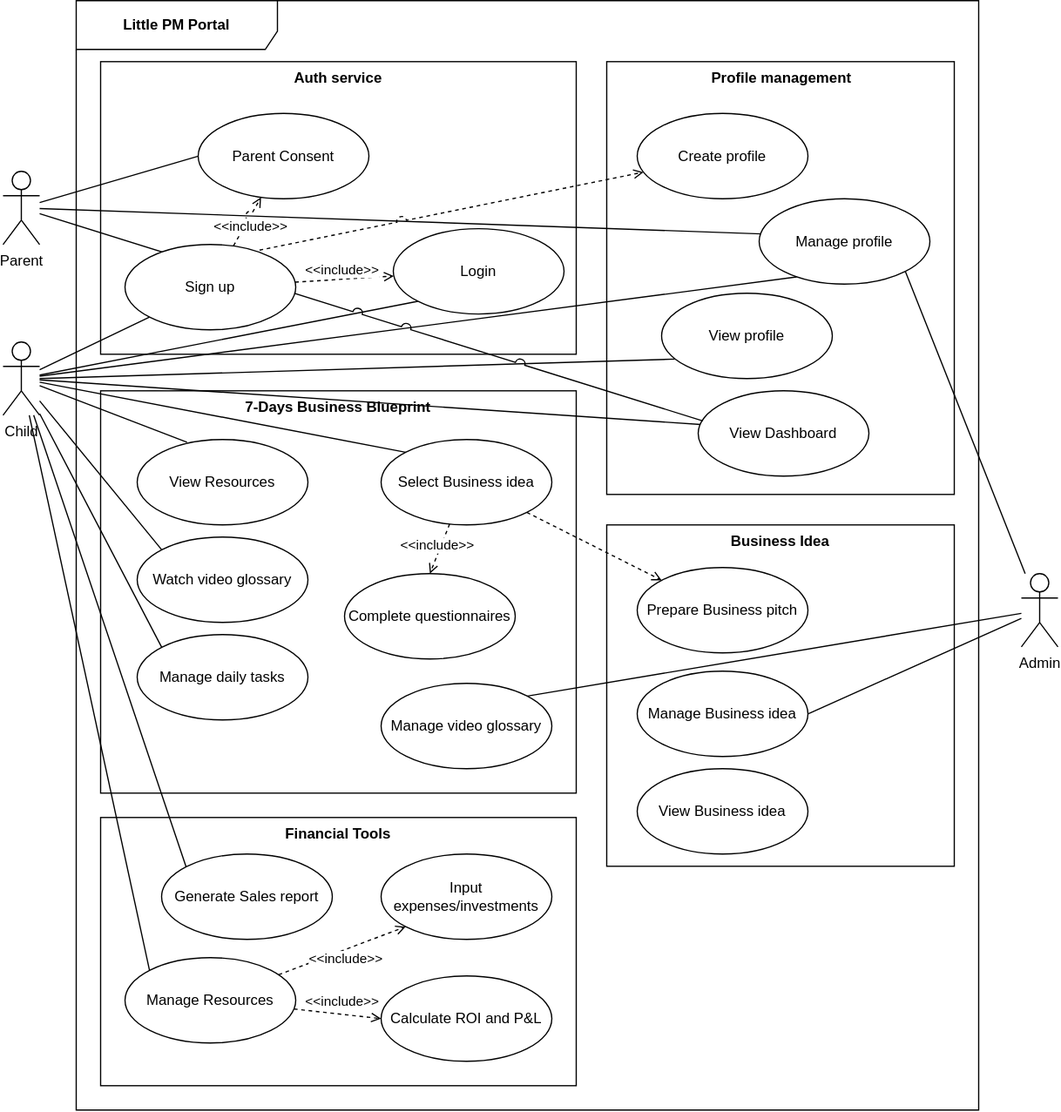
dmr4eg/la-infrastructure keeps this draw.io diagram as docs/analysis/use-cases/v2.dio.svg. Above is the earlier version. Source tidied: cells renumbered, new cells last; positions are measured from the earlier drawing's top-left corner, leaving out a move shared by most shapes. The source it was exported from:
```xml
<mxGraphModel background="#ffffff">
  <root>
    <mxCell id="0" />
    <mxCell id="1" parent="0" />
    <mxCell id="2" value="&lt;b&gt;Little PM Portal&lt;/b&gt;" style="shape=umlFrame;tabPosition=left;html=1;boundedLbl=1;labelInHeader=1;width=165;height=40;fillColor=#FFFFFF;" parent="1" vertex="1">
      <mxGeometry x="60" width="740" height="910" as="geometry" />
    </mxCell>
    <mxCell id="3" value="Financial Tools" style="shape=rect;html=1;verticalAlign=top;fontStyle=1;whiteSpace=wrap;align=center;" parent="1" vertex="1">
      <mxGeometry x="80" y="670" width="390" height="220" as="geometry" />
    </mxCell>
    <mxCell id="4" value="&lt;b&gt;Profile management&lt;/b&gt;" style="html=1;verticalAlign=top;" parent="1" vertex="1">
      <mxGeometry x="495" y="50" width="285" height="355" as="geometry" />
    </mxCell>
    <mxCell id="5" value="Business Idea" style="shape=rect;html=1;verticalAlign=top;fontStyle=1;whiteSpace=wrap;align=center;" parent="1" vertex="1">
      <mxGeometry x="495" y="430" width="285" height="280" as="geometry" />
    </mxCell>
    <mxCell id="6" value="7-Days Business Blueprint" style="shape=rect;html=1;verticalAlign=top;fontStyle=1;whiteSpace=wrap;align=center;" parent="1" vertex="1">
      <mxGeometry x="80" y="320" width="390" height="330" as="geometry" />
    </mxCell>
    <mxCell id="7" value="Auth service" style="shape=rect;html=1;verticalAlign=top;fontStyle=1;whiteSpace=wrap;align=center;" parent="1" vertex="1">
      <mxGeometry x="80" y="50" width="390" height="240" as="geometry" />
    </mxCell>
    <mxCell id="8" style="edgeStyle=none;html=1;entryX=0;entryY=1;entryDx=0;entryDy=0;endArrow=none;endFill=0;" parent="1" edge="1" source="18" target="59">
      <mxGeometry relative="1" as="geometry" />
    </mxCell>
    <mxCell id="9" style="edgeStyle=none;html=1;entryX=0;entryY=0;entryDx=0;entryDy=0;endArrow=none;endFill=0;" parent="1" edge="1" source="18" target="34">
      <mxGeometry relative="1" as="geometry" />
    </mxCell>
    <mxCell id="10" style="edgeStyle=none;html=1;entryX=0;entryY=0;entryDx=0;entryDy=0;endArrow=none;endFill=0;" parent="1" edge="1" source="18" target="48">
      <mxGeometry relative="1" as="geometry" />
    </mxCell>
    <mxCell id="11" style="edgeStyle=none;html=1;entryX=0;entryY=0;entryDx=0;entryDy=0;endArrow=none;endFill=0;" parent="1" edge="1" source="18" target="49">
      <mxGeometry relative="1" as="geometry" />
    </mxCell>
    <mxCell id="12" style="edgeStyle=none;jumpStyle=arc;jumpSize=8;html=1;endArrow=none;endFill=0;entryX=0;entryY=0;entryDx=0;entryDy=0;" parent="1" edge="1" source="18" target="28">
      <mxGeometry relative="1" as="geometry" />
    </mxCell>
    <mxCell id="13" style="edgeStyle=none;jumpStyle=arc;jumpSize=8;html=1;entryX=0;entryY=0;entryDx=0;entryDy=0;endArrow=none;endFill=0;" parent="1" edge="1" source="18" target="38">
      <mxGeometry relative="1" as="geometry" />
    </mxCell>
    <mxCell id="14" style="edgeStyle=none;jumpStyle=arc;jumpSize=8;html=1;entryX=0.016;entryY=0.395;entryDx=0;entryDy=0;endArrow=none;endFill=0;entryPerimeter=0;" parent="1" edge="1" source="18" target="46">
      <mxGeometry relative="1" as="geometry" />
    </mxCell>
    <mxCell id="15" style="edgeStyle=none;jumpStyle=arc;jumpSize=8;html=1;entryX=0.077;entryY=0.771;entryDx=0;entryDy=0;endArrow=none;endFill=0;entryPerimeter=0;" parent="1" edge="1" target="39">
      <mxGeometry relative="1" as="geometry">
        <mxPoint x="30" y="310" as="sourcePoint" />
      </mxGeometry>
    </mxCell>
    <mxCell id="16" style="edgeStyle=none;sketch=0;jumpStyle=arc;jumpSize=8;html=1;endArrow=none;endFill=0;entryX=0.22;entryY=0.916;entryDx=0;entryDy=0;entryPerimeter=0;" parent="1" edge="1" source="18" target="50">
      <mxGeometry relative="1" as="geometry" />
    </mxCell>
    <mxCell id="17" style="edgeStyle=none;sketch=0;jumpStyle=arc;jumpSize=8;html=1;entryX=0.292;entryY=0.032;entryDx=0;entryDy=0;endArrow=none;endFill=0;entryPerimeter=0;" parent="1" edge="1" source="18" target="51">
      <mxGeometry relative="1" as="geometry" />
    </mxCell>
    <mxCell id="18" value="Child" style="shape=umlActor;html=1;verticalLabelPosition=bottom;verticalAlign=top;align=center;" parent="1" vertex="1">
      <mxGeometry y="280" width="30" height="60" as="geometry" />
    </mxCell>
    <mxCell id="19" style="edgeStyle=none;html=1;entryX=0;entryY=0.5;entryDx=0;entryDy=0;endArrow=none;endFill=0;" parent="1" edge="1" source="21" target="41">
      <mxGeometry relative="1" as="geometry" />
    </mxCell>
    <mxCell id="20" style="edgeStyle=none;sketch=0;jumpStyle=arc;jumpSize=8;html=1;endArrow=none;endFill=0;entryX=0.013;entryY=0.411;entryDx=0;entryDy=0;entryPerimeter=0;" parent="1" edge="1" source="21" target="50">
      <mxGeometry relative="1" as="geometry" />
    </mxCell>
    <mxCell id="21" value="Parent" style="shape=umlActor;html=1;verticalLabelPosition=bottom;verticalAlign=top;align=center;" parent="1" vertex="1">
      <mxGeometry y="140" width="30" height="60" as="geometry" />
    </mxCell>
    <mxCell id="22" style="edgeStyle=none;html=1;entryX=1;entryY=1;entryDx=0;entryDy=0;endArrow=none;endFill=0;" parent="1" edge="1" source="25" target="50">
      <mxGeometry relative="1" as="geometry" />
    </mxCell>
    <mxCell id="23" style="edgeStyle=none;html=1;entryX=1;entryY=0.5;entryDx=0;entryDy=0;endArrow=none;endFill=0;" parent="1" edge="1" source="25" target="27">
      <mxGeometry relative="1" as="geometry" />
    </mxCell>
    <mxCell id="24" style="edgeStyle=none;html=1;entryX=1;entryY=0;entryDx=0;entryDy=0;endArrow=none;endFill=0;jumpStyle=arc;jumpSize=8;" parent="1" edge="1" source="25" target="57">
      <mxGeometry relative="1" as="geometry" />
    </mxCell>
    <mxCell id="25" value="Admin" style="shape=umlActor;html=1;verticalLabelPosition=bottom;verticalAlign=top;align=center;" parent="1" vertex="1">
      <mxGeometry x="835" y="470" width="30" height="60" as="geometry" />
    </mxCell>
    <mxCell id="26" value="View Business idea" style="ellipse;whiteSpace=wrap;html=1;" parent="1" vertex="1">
      <mxGeometry x="520" y="630" width="140" height="70" as="geometry" />
    </mxCell>
    <mxCell id="27" value="Manage Business idea" style="ellipse;whiteSpace=wrap;html=1;" parent="1" vertex="1">
      <mxGeometry x="520" y="550" width="140" height="70" as="geometry" />
    </mxCell>
    <mxCell id="28" value="Generate Sales report" style="ellipse;whiteSpace=wrap;html=1;" parent="1" vertex="1">
      <mxGeometry x="130" y="700" width="140" height="70" as="geometry" />
    </mxCell>
    <mxCell id="29" value="Input expenses/investments" style="ellipse;whiteSpace=wrap;html=1;" parent="1" vertex="1">
      <mxGeometry x="310" y="700" width="140" height="70" as="geometry" />
    </mxCell>
    <mxCell id="30" value="Calculate ROI and P&amp;amp;L" style="ellipse;whiteSpace=wrap;html=1;" parent="1" vertex="1">
      <mxGeometry x="310" y="800" width="140" height="70" as="geometry" />
    </mxCell>
    <mxCell id="31" style="edgeStyle=none;html=1;entryX=0.5;entryY=0;entryDx=0;entryDy=0;dashed=1;endArrow=open;endFill=0;" parent="1" edge="1" source="34" target="47">
      <mxGeometry relative="1" as="geometry" />
    </mxCell>
    <mxCell id="32" value="&amp;lt;&amp;lt;include&amp;gt;&amp;gt;" style="edgeLabel;html=1;align=center;verticalAlign=middle;rotation=0;" parent="31" vertex="1">
      <mxGeometry x="0.37" y="-2" relative="1" as="geometry">
        <mxPoint x="2" y="-10" as="offset" />
      </mxGeometry>
    </mxCell>
    <mxCell id="33" style="edgeStyle=none;sketch=0;jumpStyle=arc;jumpSize=8;html=1;entryX=0;entryY=0;entryDx=0;entryDy=0;endArrow=open;endFill=0;dashed=1;" parent="1" edge="1" source="34" target="35">
      <mxGeometry relative="1" as="geometry" />
    </mxCell>
    <mxCell id="34" value="Select Business idea" style="ellipse;whiteSpace=wrap;html=1;" parent="1" vertex="1">
      <mxGeometry x="310" y="360" width="140" height="70" as="geometry" />
    </mxCell>
    <mxCell id="35" value="Prepare&amp;nbsp;Business pitch" style="ellipse;whiteSpace=wrap;html=1;" parent="1" vertex="1">
      <mxGeometry x="520" y="465" width="140" height="70" as="geometry" />
    </mxCell>
    <mxCell id="36" style="edgeStyle=none;html=1;entryX=0;entryY=1;entryDx=0;entryDy=0;dashed=1;endArrow=open;endFill=0;" parent="1" edge="1" source="38" target="29">
      <mxGeometry relative="1" as="geometry" />
    </mxCell>
    <mxCell id="37" style="edgeStyle=none;html=1;entryX=0;entryY=0.5;entryDx=0;entryDy=0;dashed=1;endArrow=open;endFill=0;" parent="1" edge="1" source="38" target="30">
      <mxGeometry relative="1" as="geometry" />
    </mxCell>
    <mxCell id="38" value="Manage Resources" style="ellipse;whiteSpace=wrap;html=1;" parent="1" vertex="1">
      <mxGeometry x="100" y="785" width="140" height="70" as="geometry" />
    </mxCell>
    <mxCell id="39" value="View profile" style="ellipse;whiteSpace=wrap;html=1;" parent="1" vertex="1">
      <mxGeometry x="540" y="240" width="140" height="70" as="geometry" />
    </mxCell>
    <mxCell id="40" value="Create profile" style="ellipse;whiteSpace=wrap;html=1;" parent="1" vertex="1">
      <mxGeometry x="520" y="92.5" width="140" height="70" as="geometry" />
    </mxCell>
    <mxCell id="41" value="Parent Consent" style="ellipse;whiteSpace=wrap;html=1;" parent="1" vertex="1">
      <mxGeometry x="160" y="92.5" width="140" height="70" as="geometry" />
    </mxCell>
    <mxCell id="42" style="edgeStyle=none;html=1;endArrow=open;endFill=0;dashed=1;jumpStyle=arc;jumpSize=8;" parent="1" edge="1" target="41">
      <mxGeometry relative="1" as="geometry">
        <mxPoint x="189" y="201" as="sourcePoint" />
      </mxGeometry>
    </mxCell>
    <mxCell id="43" value="&amp;lt;&amp;lt;include&amp;gt;&amp;gt;" style="edgeLabel;html=1;align=center;verticalAlign=middle;" parent="42" vertex="1">
      <mxGeometry x="0.04" y="-1" relative="1" as="geometry">
        <mxPoint x="1" y="3" as="offset" />
      </mxGeometry>
    </mxCell>
    <mxCell id="44" style="edgeStyle=none;html=1;endArrow=open;endFill=0;dashed=1;" parent="1" edge="1" source="59" target="45">
      <mxGeometry relative="1" as="geometry" />
    </mxCell>
    <mxCell id="45" value="Login" style="ellipse;whiteSpace=wrap;html=1;" parent="1" vertex="1">
      <mxGeometry x="320" y="187" width="140" height="70" as="geometry" />
    </mxCell>
    <mxCell id="46" value="View Dashboard" style="ellipse;whiteSpace=wrap;html=1;" parent="1" vertex="1">
      <mxGeometry x="570" y="320" width="140" height="70" as="geometry" />
    </mxCell>
    <mxCell id="47" value="Complete questionnaires" style="ellipse;whiteSpace=wrap;html=1;" parent="1" vertex="1">
      <mxGeometry x="280" y="470" width="140" height="70" as="geometry" />
    </mxCell>
    <mxCell id="48" value="Manage daily tasks" style="ellipse;whiteSpace=wrap;html=1;" parent="1" vertex="1">
      <mxGeometry x="110" y="520" width="140" height="70" as="geometry" />
    </mxCell>
    <mxCell id="49" value="Watch video glossary" style="ellipse;whiteSpace=wrap;html=1;" parent="1" vertex="1">
      <mxGeometry x="110" y="440" width="140" height="70" as="geometry" />
    </mxCell>
    <mxCell id="50" value="Manage profile" style="ellipse;whiteSpace=wrap;html=1;" parent="1" vertex="1">
      <mxGeometry x="620" y="162.5" width="140" height="70" as="geometry" />
    </mxCell>
    <mxCell id="51" value="View Resources" style="ellipse;whiteSpace=wrap;html=1;" parent="1" vertex="1">
      <mxGeometry x="110" y="360" width="140" height="70" as="geometry" />
    </mxCell>
    <mxCell id="52" value="&amp;lt;&amp;lt;include&amp;gt;&amp;gt;" style="edgeLabel;html=1;align=center;verticalAlign=middle;" parent="1" vertex="1">
      <mxGeometry x="280" y="785" as="geometry" />
    </mxCell>
    <mxCell id="53" value="&amp;lt;&amp;lt;include&amp;gt;&amp;gt;" style="edgeLabel;html=1;align=center;verticalAlign=middle;" parent="1" vertex="1">
      <mxGeometry x="350" y="810" as="geometry">
        <mxPoint x="-73" y="10" as="offset" />
      </mxGeometry>
    </mxCell>
    <mxCell id="54" value="&amp;lt;&amp;lt;include&amp;gt;&amp;gt;" style="edgeLabel;html=1;align=center;verticalAlign=middle;" parent="1" vertex="1">
      <mxGeometry x="260" y="187" as="geometry">
        <mxPoint x="17" y="33" as="offset" />
      </mxGeometry>
    </mxCell>
    <mxCell id="55" style="edgeStyle=none;html=1;endArrow=open;endFill=0;exitX=0.788;exitY=0.066;exitDx=0;exitDy=0;exitPerimeter=0;dashed=1;jumpStyle=arc;jumpSize=8;" parent="1" edge="1" source="59" target="40">
      <mxGeometry relative="1" as="geometry" />
    </mxCell>
    <mxCell id="56" style="edgeStyle=none;html=1;entryX=0;entryY=1;entryDx=0;entryDy=0;endArrow=none;endFill=0;" parent="1" edge="1" source="18" target="45">
      <mxGeometry relative="1" as="geometry" />
    </mxCell>
    <mxCell id="57" value="Manage video glossary" style="ellipse;whiteSpace=wrap;html=1;" parent="1" vertex="1">
      <mxGeometry x="310" y="560" width="140" height="70" as="geometry" />
    </mxCell>
    <mxCell id="58" style="edgeStyle=none;sketch=0;jumpStyle=arc;jumpSize=8;html=1;entryX=0.027;entryY=0.353;entryDx=0;entryDy=0;entryPerimeter=0;endArrow=none;endFill=0;" parent="1" edge="1" source="21" target="46">
      <mxGeometry relative="1" as="geometry" />
    </mxCell>
    <mxCell id="59" value="Sign up" style="ellipse;whiteSpace=wrap;html=1;" parent="1" vertex="1">
      <mxGeometry x="100" y="200" width="140" height="70" as="geometry" />
    </mxCell>
  </root>
</mxGraphModel>
```
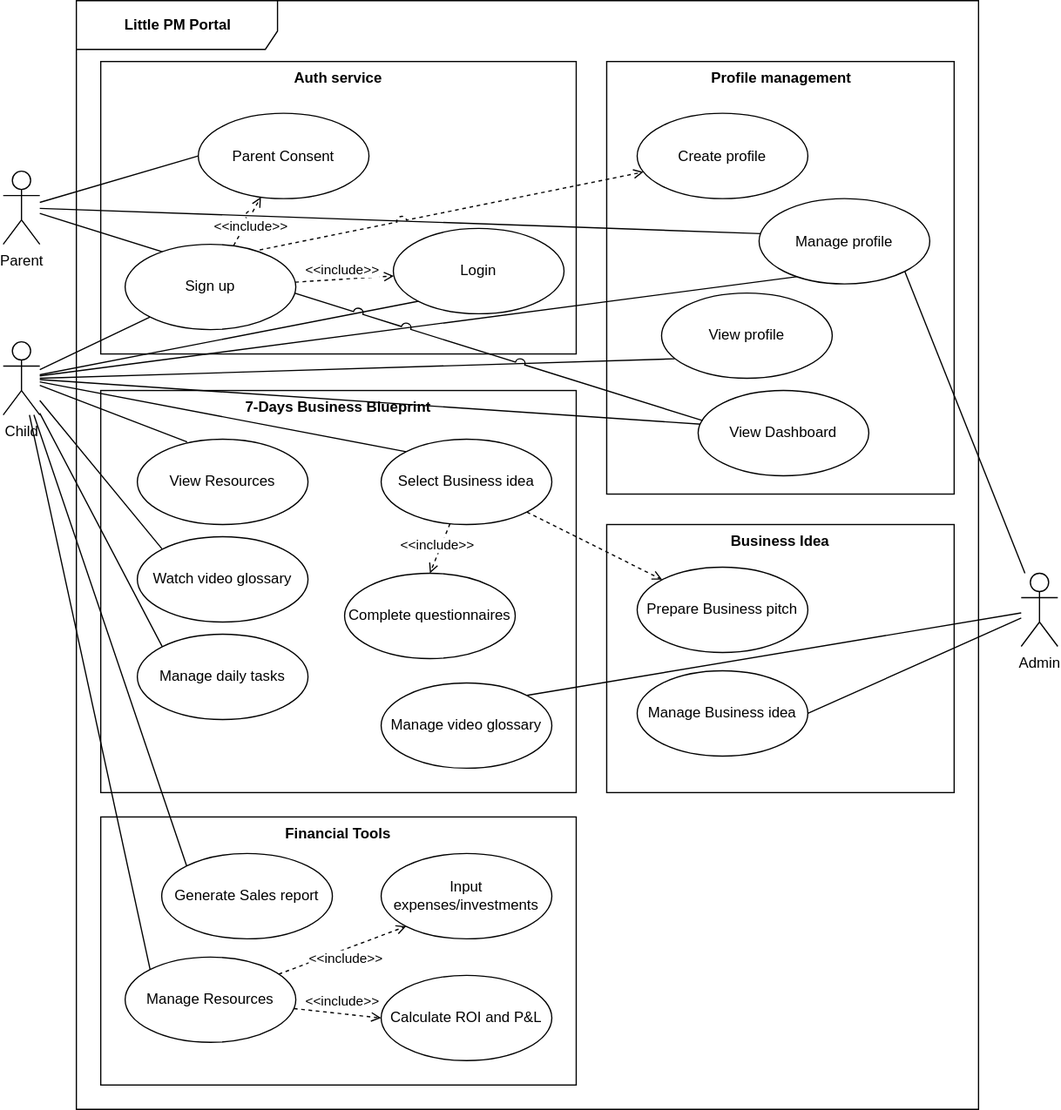
The same file after the commit.

Diff of the diagram source:
```diff
@@ -12,7 +12,7 @@
       <mxGeometry x="495" y="50" width="285" height="355" as="geometry" />
     </mxCell>
     <mxCell id="5" value="Business Idea" style="shape=rect;html=1;verticalAlign=top;fontStyle=1;whiteSpace=wrap;align=center;" parent="1" vertex="1">
-      <mxGeometry x="495" y="430" width="285" height="280" as="geometry" />
+      <mxGeometry x="495" y="430" width="285" height="220" as="geometry" />
     </mxCell>
     <mxCell id="6" value="7-Days Business Blueprint" style="shape=rect;html=1;verticalAlign=top;fontStyle=1;whiteSpace=wrap;align=center;" parent="1" vertex="1">
       <mxGeometry x="80" y="320" width="390" height="330" as="geometry" />
@@ -76,9 +76,6 @@
     <mxCell id="25" value="Admin" style="shape=umlActor;html=1;verticalLabelPosition=bottom;verticalAlign=top;align=center;" parent="1" vertex="1">
       <mxGeometry x="835" y="470" width="30" height="60" as="geometry" />
     </mxCell>
-    <mxCell id="26" value="View Business idea" style="ellipse;whiteSpace=wrap;html=1;" parent="1" vertex="1">
-      <mxGeometry x="520" y="630" width="140" height="70" as="geometry" />
-    </mxCell>
     <mxCell id="27" value="Manage Business idea" style="ellipse;whiteSpace=wrap;html=1;" parent="1" vertex="1">
       <mxGeometry x="520" y="550" width="140" height="70" as="geometry" />
     </mxCell>
```
